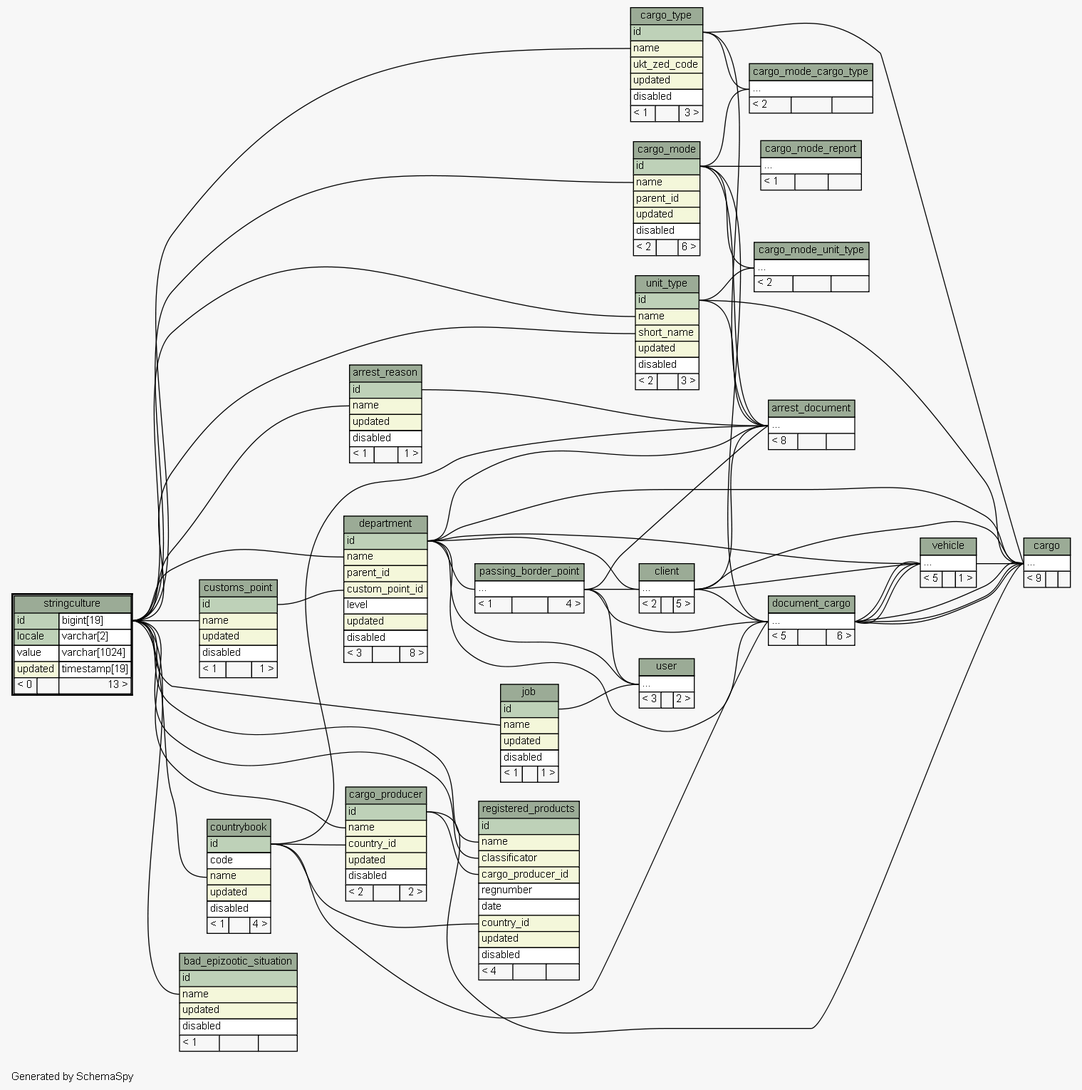
Before: docs/db-schema/diagrams/stringculture.2degrees.png, a diagram exported from Graphviz (complitex/vetcontrol). Its source is kept beside it as docs/db-schema/diagrams/stringculture.2degrees.dot.
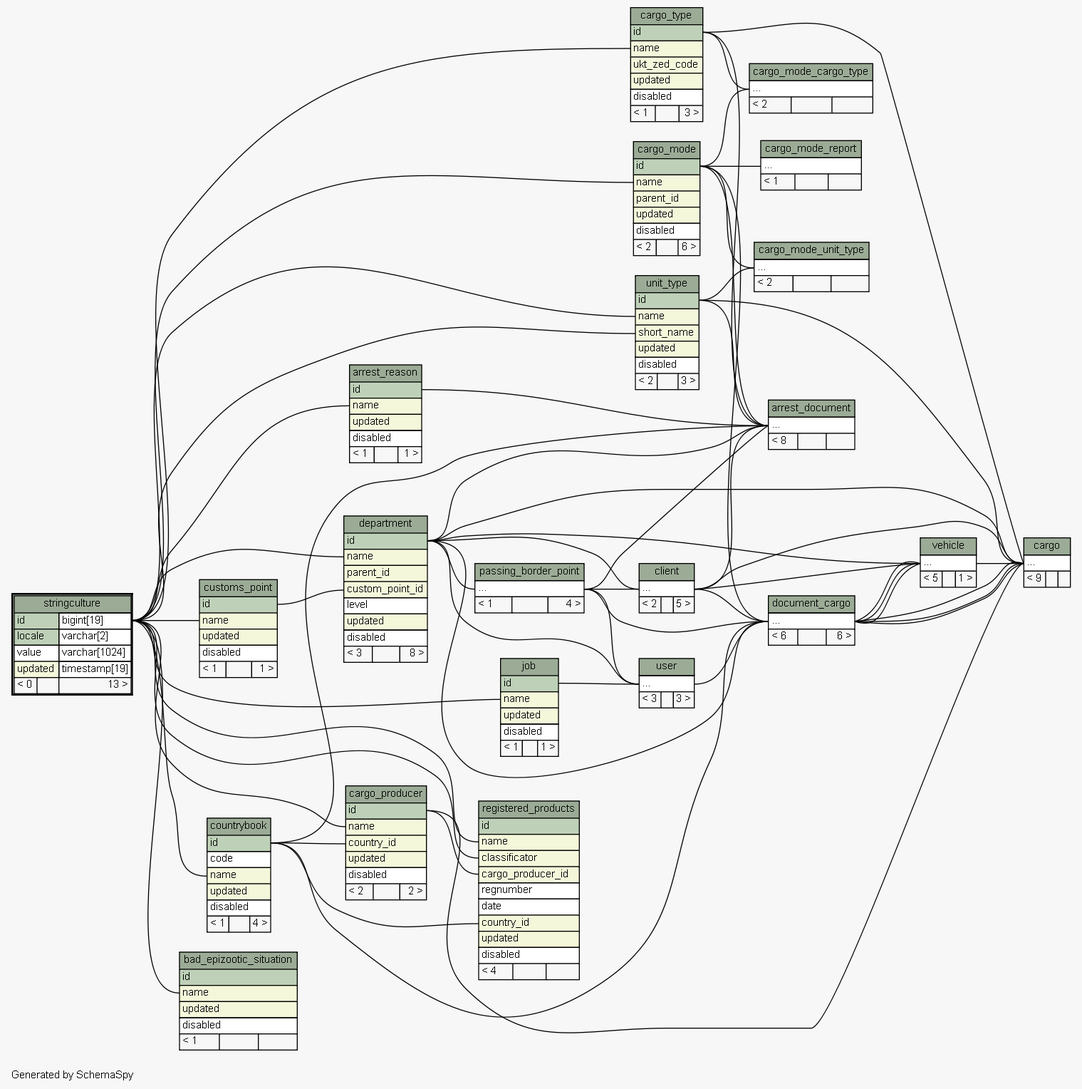
After the commit.

Diff of the diagram source:
```diff
@@ -54,6 +54,7 @@
   "document_cargo":"elipses":w -> "cargo_mode":"id":e [arrowhead=none arrowtail=crowodot];
   "document_cargo":"elipses":w -> "countrybook":"id":e [arrowhead=none arrowtail=crowodot];
   "document_cargo":"elipses":w -> "client":"elipses":e [arrowhead=none arrowtail=crowodot];
+  "document_cargo":"elipses":w -> "user":"elipses":e [arrowhead=none arrowtail=crowodot];
   "document_cargo":"elipses":w -> "department":"id":e [arrowhead=none arrowtail=crowodot];
   "document_cargo":"elipses":w -> "passing_border_point":"elipses":e [arrowhead=none arrowtail=crowodot];
   "job":"name":w -> "stringculture":"id.type":e [arrowhead=none arrowtail=crowodot];
@@ -248,7 +249,7 @@
     <TABLE BORDER="0" CELLBORDER="1" CELLSPACING="0" BGCOLOR="#ffffff">
       <TR><TD COLSPAN="3" BGCOLOR="#9bab96" ALIGN="CENTER">document_cargo</TD></TR>
       <TR><TD PORT="elipses" COLSPAN="3" ALIGN="LEFT">...</TD></TR>
-      <TR><TD ALIGN="LEFT" BGCOLOR="#f7f7f7">&lt; 5</TD><TD ALIGN="RIGHT" BGCOLOR="#f7f7f7">  </TD><TD ALIGN="RIGHT" BGCOLOR="#f7f7f7">6 &gt;</TD></TR>
+      <TR><TD ALIGN="LEFT" BGCOLOR="#f7f7f7">&lt; 6</TD><TD ALIGN="RIGHT" BGCOLOR="#f7f7f7">  </TD><TD ALIGN="RIGHT" BGCOLOR="#f7f7f7">6 &gt;</TD></TR>
     </TABLE>>
     URL="document_cargo.html"
     tooltip="document_cargo"
@@ -326,7 +327,7 @@
     <TABLE BORDER="0" CELLBORDER="1" CELLSPACING="0" BGCOLOR="#ffffff">
       <TR><TD COLSPAN="3" BGCOLOR="#9bab96" ALIGN="CENTER">user</TD></TR>
       <TR><TD PORT="elipses" COLSPAN="3" ALIGN="LEFT">...</TD></TR>
-      <TR><TD ALIGN="LEFT" BGCOLOR="#f7f7f7">&lt; 3</TD><TD ALIGN="RIGHT" BGCOLOR="#f7f7f7">  </TD><TD ALIGN="RIGHT" BGCOLOR="#f7f7f7">2 &gt;</TD></TR>
+      <TR><TD ALIGN="LEFT" BGCOLOR="#f7f7f7">&lt; 3</TD><TD ALIGN="RIGHT" BGCOLOR="#f7f7f7">  </TD><TD ALIGN="RIGHT" BGCOLOR="#f7f7f7">3 &gt;</TD></TR>
     </TABLE>>
     URL="user.html"
     tooltip="user"
```
